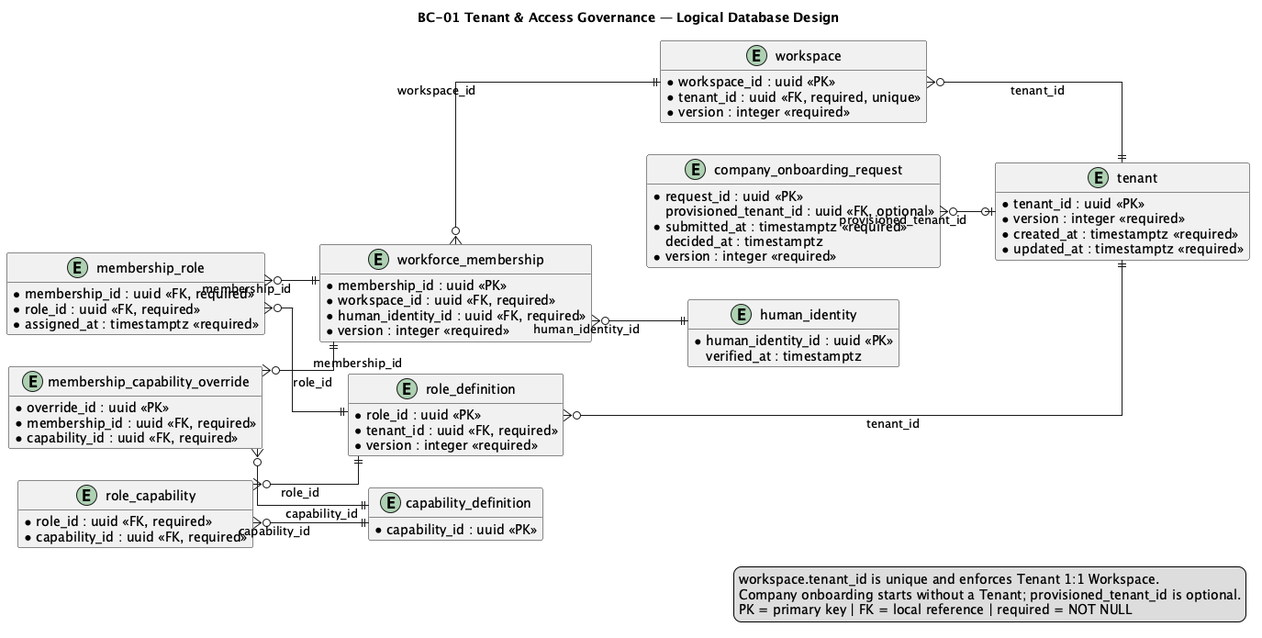
nexa-suite/mobile-report keeps this PlantUML diagram as report/assets/chapter-2/tactical/BC-01/database-diagram.png. Above is the earlier version.
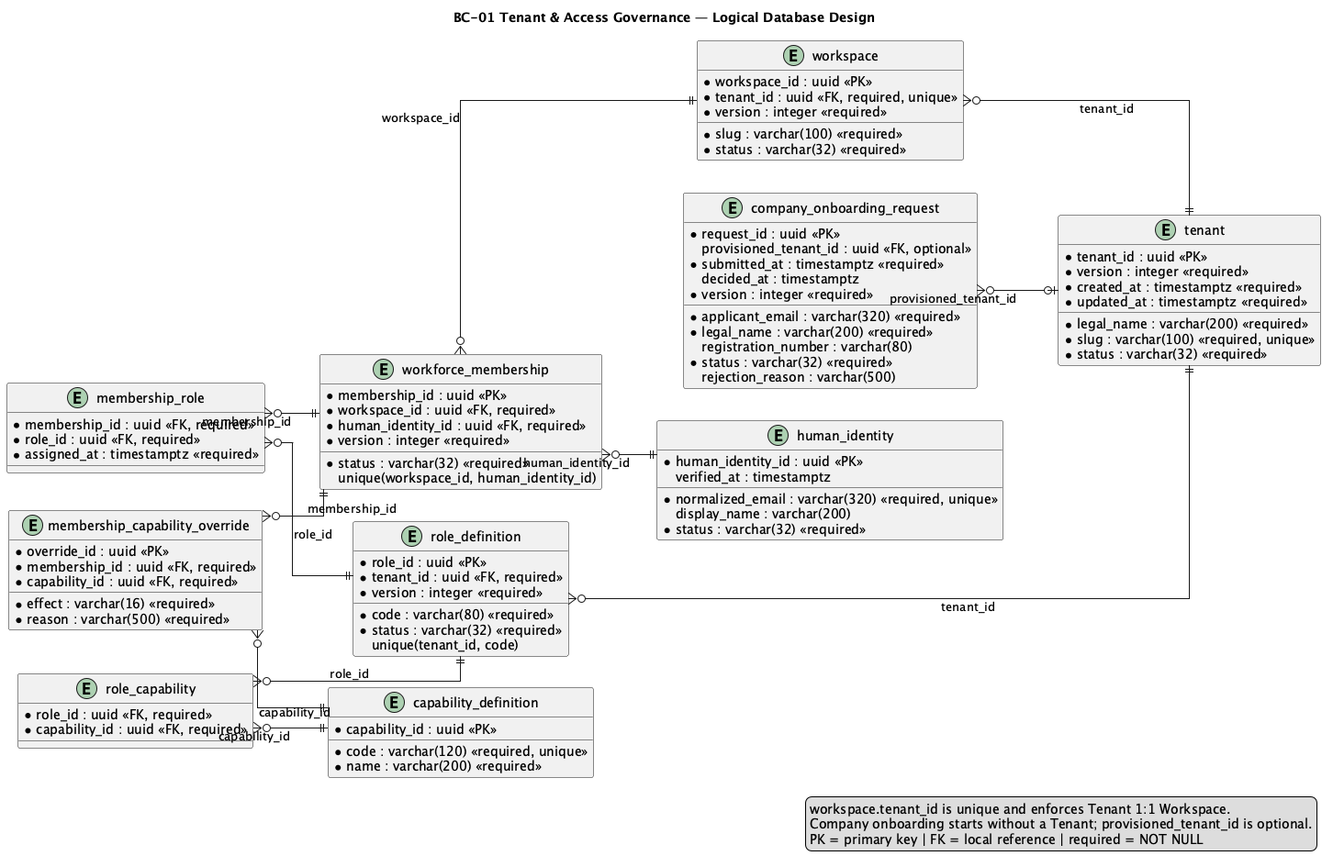
After the change.

The edit, as a diff of the source:
```diff
@@ -1,7 +1,6 @@
 @startuml
 title BC-01 Tenant & Access Governance — Logical Database Design
 left to right direction
-hide methods
 skinparam shadowing false
 skinparam linetype ortho
 skinparam entity {
@@ -55,6 +54,7 @@
   * human_identity_id : uuid <<FK, required>>
   * status : varchar(32) <<required>>
   * version : integer <<required>>
+    unique(workspace_id, human_identity_id)
 }
 
 entity "role_definition" as role_definition {
@@ -63,6 +63,7 @@
   * code : varchar(80) <<required>>
   * status : varchar(32) <<required>>
   * version : integer <<required>>
+    unique(tenant_id, code)
 }
 
 entity "capability_definition" as capability_definition {
```
